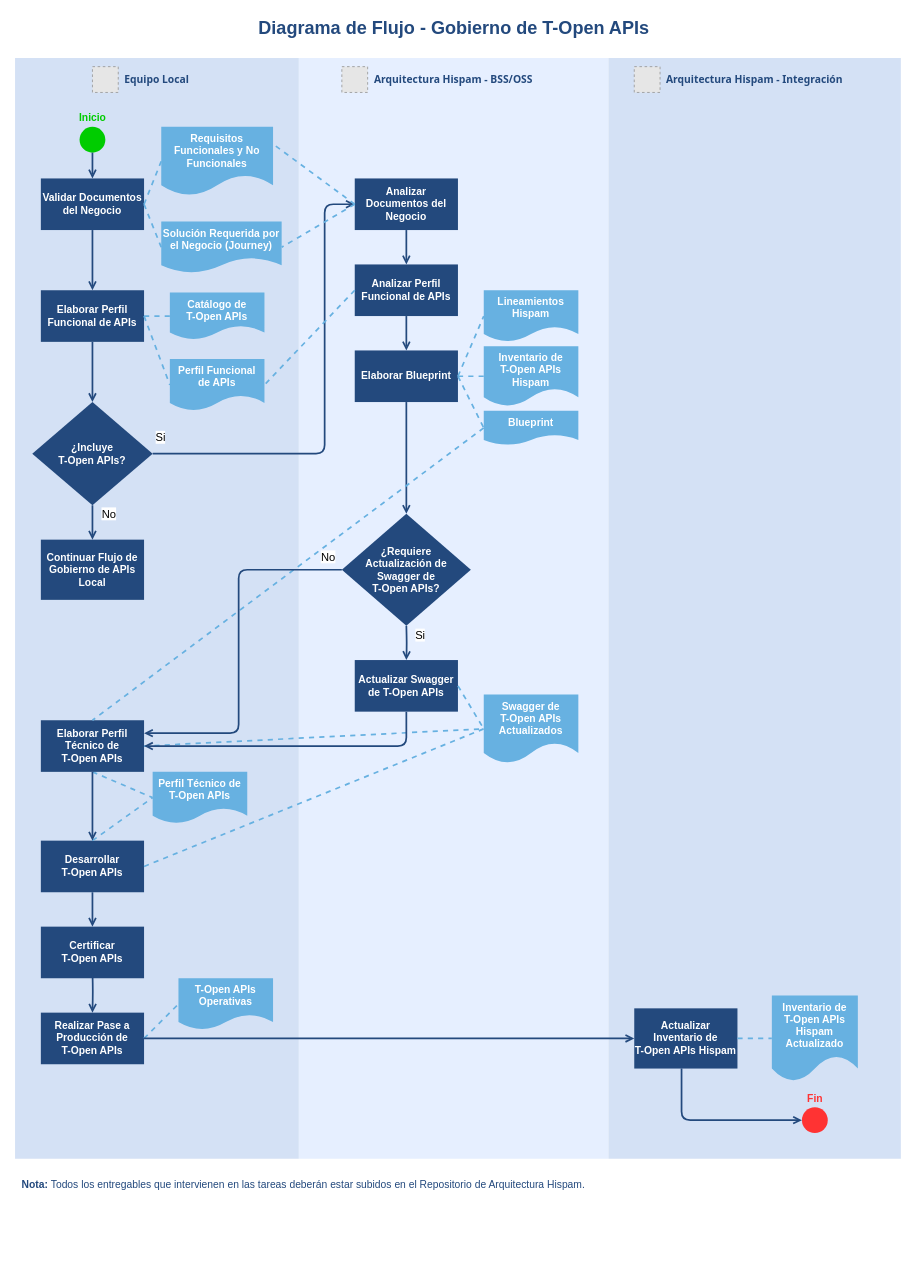
mnunezw/Gobierno-de-APIs keeps this draw.io diagram as page "Diagrama de Flujo" (1 of 2) of Gobierno de T-Open APIs v1.0.drawio. Above is the earlier version. Source tidied: cells renumbered, new cells numbered last; positions are measured from the earlier drawing's top-left corner, leaving out a move shared by most shapes. Both pictures are drawn from the tidied source at 86%, with x=0, y=0 at pixel (15, 15). Pictures stored in the file or linked from it are replaced by grey dashed boxes.
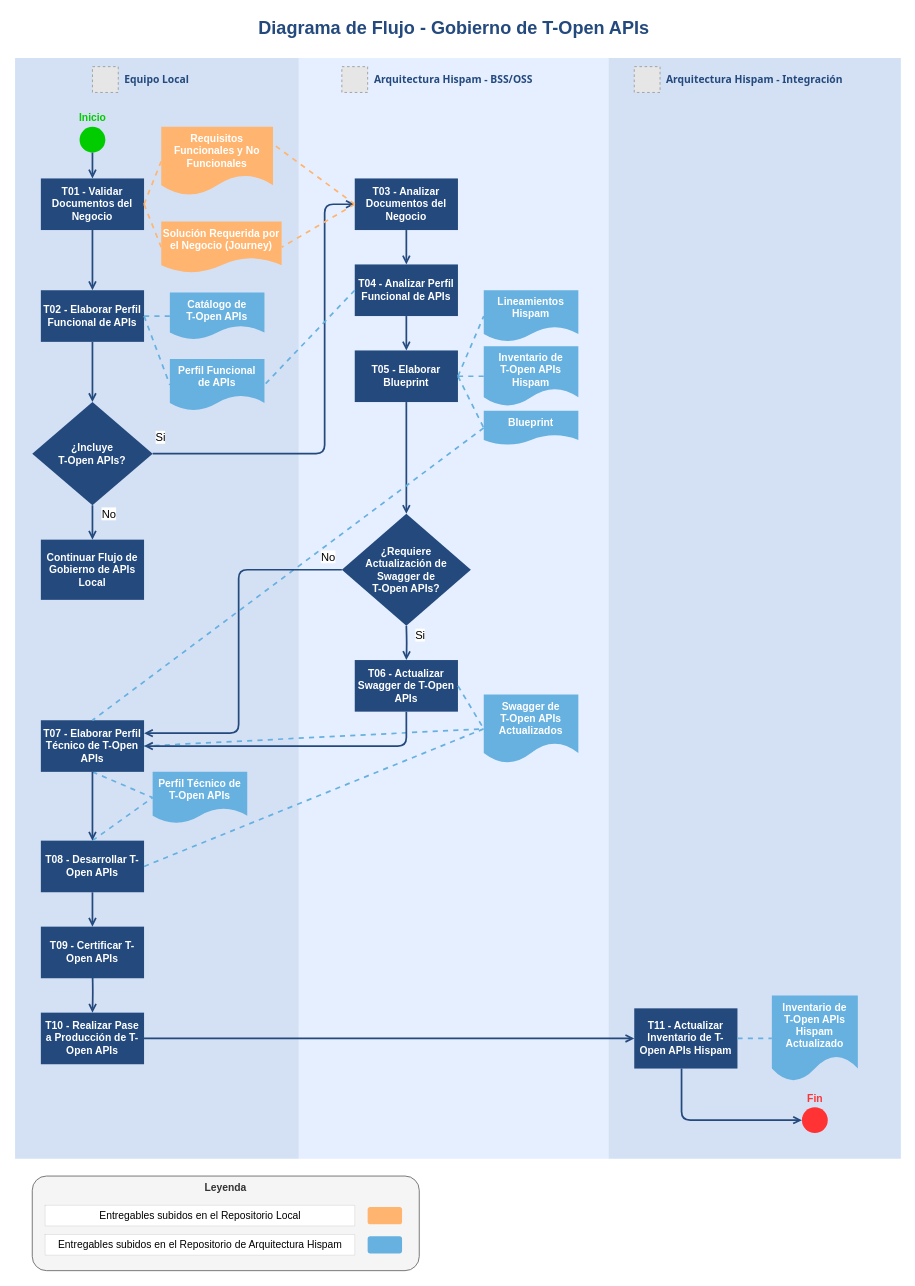
The same diagram, later.

Unchanged cells that the change refers to:
```xml
<mxCell id="2" value="&lt;font color=&quot;#23497d&quot;&gt;Equipo Local&lt;/font&gt;" style="swimlane;whiteSpace=wrap;fillColor=#D4E1F5;swimlaneFillColor=#D4E1F5;fontColor=#660000;fontFamily=Tahoma;html=1;strokeColor=none;startSize=50;" parent="1" vertex="1">
  <mxGeometry y="50" width="330" height="1280" as="geometry" />
</mxCell>
<mxCell id="35" value="&lt;font color=&quot;#23497d&quot;&gt;Arquitectura Hispam -&amp;nbsp;BSS/OSS&lt;/font&gt;" style="swimlane;whiteSpace=wrap;fillColor=#E6EFFF;swimlaneFillColor=#E6EFFF;fontColor=#660000;fontFamily=Tahoma;html=1;strokeColor=none;startSize=50;" parent="1" vertex="1">
  <mxGeometry x="330" y="50" width="360" height="1280" as="geometry" />
</mxCell>
<mxCell id="62" value="&lt;span style=&quot;color: rgb(35 , 73 , 125)&quot;&gt;Arquitectura Hispam - Integración&lt;/span&gt;" style="swimlane;whiteSpace=wrap;fillColor=#D4E1F5;swimlaneFillColor=#D4E1F5;fontColor=#660000;fontFamily=Tahoma;html=1;strokeColor=none;startSize=50;align=center;" parent="1" vertex="1">
  <mxGeometry x="690" y="50" width="340" height="1280" as="geometry" />
</mxCell>
```

The edit, as a diff of the source:
```diff
@@
-    <mxCell id="3" value="Validar Documentos del Negocio" style="whiteSpace=wrap;shadow=0;fontColor=#FFFFFF;fontFamily=Helvetica;fontStyle=1;html=1;fontSize=12;plain-purple;strokeColor=none;fillColor=#23497D;gradientColor=none;" parent="2" vertex="1">
+    <mxCell id="3" value="T01 - Validar Documentos del Negocio" style="whiteSpace=wrap;shadow=0;fontColor=#FFFFFF;fontFamily=Helvetica;fontStyle=1;html=1;fontSize=12;plain-purple;strokeColor=none;fillColor=#23497D;gradientColor=none;" parent="2" vertex="1">
       <mxGeometry x="30" y="140" width="120" height="60" as="geometry" />
     </mxCell>
-    <mxCell id="4" value="Elaborar Perfil Funcional de APIs" style="whiteSpace=wrap;strokeColor=none;fillColor=#23497D;shadow=0;fontColor=#FFFFFF;fontFamily=Helvetica;fontStyle=1;html=1;fontSize=12;" parent="2" vertex="1">
+    <mxCell id="4" value="T02 - Elaborar Perfil Funcional de APIs" style="whiteSpace=wrap;strokeColor=none;fillColor=#23497D;shadow=0;fontColor=#FFFFFF;fontFamily=Helvetica;fontStyle=1;html=1;fontSize=12;" parent="2" vertex="1">
       <mxGeometry x="30" y="270" width="120" height="60" as="geometry" />
     </mxCell>
@@
-    <mxCell id="6" value="Solución Requerida por el Negocio (Journey)" style="shape=document;whiteSpace=wrap;verticalAlign=top;strokeColor=none;fillColor=#67B1E1;shadow=0;fontColor=#FFFFFF;fontFamily=Helvetica;fontStyle=1;html=1;fontSize=12;" parent="2" vertex="1">
+    <mxCell id="6" value="Solución Requerida por el Negocio (Journey)" style="shape=document;whiteSpace=wrap;verticalAlign=top;strokeColor=none;fillColor=#FFB570;shadow=0;fontColor=#FFFFFF;fontFamily=Helvetica;fontStyle=1;html=1;fontSize=12;" parent="2" vertex="1">
       <mxGeometry x="170" y="190" width="140" height="60" as="geometry" />
     </mxCell>
@@
-    <mxCell id="10" style="endArrow=none;html=1;fontColor=#FFFFFF;shadow=0;fontSize=12;fontStyle=1;verticalAlign=middle;strokeColor=#67B1E1;fillColor=#008a00;entryX=0;entryY=0.5;entryDx=0;entryDy=0;strokeWidth=2;exitX=1;exitY=0.5;exitDx=0;exitDy=0;dashed=1;" parent="2" edge="1" source="3" target="11">
+    <mxCell id="10" style="endArrow=none;html=1;fontColor=#FFFFFF;shadow=0;fontSize=12;fontStyle=1;verticalAlign=middle;strokeColor=#FFB570;fillColor=#008a00;entryX=0;entryY=0.5;entryDx=0;entryDy=0;strokeWidth=2;exitX=1;exitY=0.5;exitDx=0;exitDy=0;dashed=1;" parent="2" edge="1" source="3" target="11">
       <mxGeometry relative="1" as="geometry" />
     </mxCell>
-    <mxCell id="11" value="Requisitos Funcionales y No Funcionales" style="shape=document;whiteSpace=wrap;verticalAlign=top;strokeColor=none;fillColor=#67B1E1;shadow=0;fontColor=#FFFFFF;fontFamily=Helvetica;fontStyle=1;html=1;fontSize=12;" parent="2" vertex="1">
+    <mxCell id="11" value="Requisitos Funcionales y No Funcionales" style="shape=document;whiteSpace=wrap;verticalAlign=top;strokeColor=none;fillColor=#FFB570;shadow=0;fontColor=#FFFFFF;fontFamily=Helvetica;fontStyle=1;html=1;fontSize=12;" parent="2" vertex="1">
       <mxGeometry x="170" y="80" width="130" height="80" as="geometry" />
     </mxCell>
@@
-    <mxCell id="19" value="Elaborar Perfil Técnico de&lt;br&gt;T-Open APIs" style="whiteSpace=wrap;strokeColor=none;fillColor=#23497D;shadow=0;fontColor=#FFFFFF;fontFamily=Helvetica;fontStyle=1;html=1;fontSize=12;" parent="2" vertex="1">
+    <mxCell id="19" value="T07 - Elaborar Perfil Técnico de T-Open APIs" style="whiteSpace=wrap;strokeColor=none;fillColor=#23497D;shadow=0;fontColor=#FFFFFF;fontFamily=Helvetica;fontStyle=1;html=1;fontSize=12;" parent="2" vertex="1">
       <mxGeometry x="30" y="770" width="120" height="60" as="geometry" />
     </mxCell>
@@
-    <mxCell id="21" style="endArrow=none;html=1;fontColor=#FFFFFF;shadow=0;fontSize=12;fontStyle=1;verticalAlign=middle;strokeColor=#67B1E1;fillColor=#008a00;entryX=0;entryY=0.5;entryDx=0;entryDy=0;strokeWidth=2;dashed=1;exitX=1;exitY=0.5;exitDx=0;exitDy=0;" parent="2" edge="1" source="3" target="6">
+    <mxCell id="21" style="endArrow=none;html=1;fontColor=#FFFFFF;shadow=0;fontSize=12;fontStyle=1;verticalAlign=middle;strokeColor=#FFB570;fillColor=#008a00;entryX=0;entryY=0.5;entryDx=0;entryDy=0;strokeWidth=2;dashed=1;exitX=1;exitY=0.5;exitDx=0;exitDy=0;" parent="2" edge="1" source="3" target="6">
       <mxGeometry relative="1" as="geometry" />
     </mxCell>
@@
-    <mxCell id="23" value="Desarrollar&lt;br&gt;T-Open APIs" style="whiteSpace=wrap;strokeColor=none;fillColor=#23497D;shadow=0;fontColor=#FFFFFF;fontFamily=Helvetica;fontStyle=1;html=1;fontSize=12;" parent="2" vertex="1">
+    <mxCell id="23" value="T08 - Desarrollar T-Open APIs" style="whiteSpace=wrap;strokeColor=none;fillColor=#23497D;shadow=0;fontColor=#FFFFFF;fontFamily=Helvetica;fontStyle=1;html=1;fontSize=12;" parent="2" vertex="1">
       <mxGeometry x="30" y="910" width="120" height="60" as="geometry" />
     </mxCell>
-    <mxCell id="24" value="Certificar&lt;br&gt;T-Open APIs" style="whiteSpace=wrap;strokeColor=none;fillColor=#23497D;shadow=0;fontColor=#FFFFFF;fontFamily=Helvetica;fontStyle=1;html=1;fontSize=12;" parent="2" vertex="1">
+    <mxCell id="24" value="T09 - Certificar T-Open APIs" style="whiteSpace=wrap;strokeColor=none;fillColor=#23497D;shadow=0;fontColor=#FFFFFF;fontFamily=Helvetica;fontStyle=1;html=1;fontSize=12;" parent="2" vertex="1">
       <mxGeometry x="30" y="1010" width="120" height="60" as="geometry" />
     </mxCell>
@@
-    <mxCell id="27" value="Realizar Pase a Producción de&lt;br&gt;T-Open APIs" style="whiteSpace=wrap;strokeColor=none;fillColor=#23497D;shadow=0;fontColor=#FFFFFF;fontFamily=Helvetica;fontStyle=1;html=1;fontSize=12;" parent="2" vertex="1">
+    <mxCell id="27" value="T10 - Realizar Pase a Producción de T-Open APIs" style="whiteSpace=wrap;strokeColor=none;fillColor=#23497D;shadow=0;fontColor=#FFFFFF;fontFamily=Helvetica;fontStyle=1;html=1;fontSize=12;" parent="2" vertex="1">
       <mxGeometry x="30" y="1110" width="120" height="60" as="geometry" />
     </mxCell>
@@
-    <mxCell id="29" value="T-Open APIs Operativas" style="shape=document;whiteSpace=wrap;verticalAlign=top;strokeColor=none;fillColor=#67B1E1;shadow=0;fontColor=#FFFFFF;fontFamily=Helvetica;fontStyle=1;html=1;fontSize=12;" parent="2" vertex="1">
-      <mxGeometry x="190" y="1070" width="110" height="60" as="geometry" />
-    </mxCell>
-    <mxCell id="30" style="endArrow=none;html=1;fontColor=#FFFFFF;shadow=0;fontSize=12;fontStyle=1;verticalAlign=middle;strokeColor=#67B1E1;fillColor=#008a00;entryX=0;entryY=0.5;entryDx=0;entryDy=0;strokeWidth=2;exitX=1;exitY=0.5;exitDx=0;exitDy=0;dashed=1;" parent="2" edge="1" source="27" target="29">
-      <mxGeometry relative="1" as="geometry" />
-    </mxCell>
@@
-    <mxCell id="36" value="Analizar Documentos del Negocio" style="whiteSpace=wrap;shadow=0;fontColor=#FFFFFF;fontFamily=Helvetica;fontStyle=1;html=1;fontSize=12;plain-purple;strokeColor=none;fillColor=#23497D;gradientColor=none;" parent="35" vertex="1">
+    <mxCell id="36" value="T03 - Analizar Documentos del Negocio" style="whiteSpace=wrap;shadow=0;fontColor=#FFFFFF;fontFamily=Helvetica;fontStyle=1;html=1;fontSize=12;plain-purple;strokeColor=none;fillColor=#23497D;gradientColor=none;" parent="35" vertex="1">
       <mxGeometry x="65" y="140" width="120" height="60" as="geometry" />
     </mxCell>
@@
-    <mxCell id="38" value="Analizar Perfil Funcional de APIs" style="whiteSpace=wrap;strokeColor=none;fillColor=#23497D;shadow=0;fontColor=#FFFFFF;fontFamily=Helvetica;fontStyle=1;html=1;fontSize=12;" parent="35" vertex="1">
+    <mxCell id="38" value="T04 - Analizar Perfil Funcional de APIs" style="whiteSpace=wrap;strokeColor=none;fillColor=#23497D;shadow=0;fontColor=#FFFFFF;fontFamily=Helvetica;fontStyle=1;html=1;fontSize=12;" parent="35" vertex="1">
       <mxGeometry x="65" y="240" width="120" height="60" as="geometry" />
     </mxCell>
@@
-    <mxCell id="40" value="Elaborar Blueprint" style="whiteSpace=wrap;strokeColor=none;fillColor=#23497D;shadow=0;fontColor=#FFFFFF;fontFamily=Helvetica;fontStyle=1;html=1;fontSize=12;" parent="35" vertex="1">
+    <mxCell id="40" value="T05 - Elaborar Blueprint" style="whiteSpace=wrap;strokeColor=none;fillColor=#23497D;shadow=0;fontColor=#FFFFFF;fontFamily=Helvetica;fontStyle=1;html=1;fontSize=12;" parent="35" vertex="1">
       <mxGeometry x="65" y="340" width="120" height="60" as="geometry" />
     </mxCell>
@@
-    <mxCell id="50" value="Actualizar Swagger de T-Open APIs" style="whiteSpace=wrap;strokeColor=none;fillColor=#23497D;shadow=0;fontColor=#FFFFFF;fontFamily=Helvetica;fontStyle=1;html=1;fontSize=12;" parent="35" vertex="1">
+    <mxCell id="50" value="T06 - Actualizar Swagger de T-Open APIs" style="whiteSpace=wrap;strokeColor=none;fillColor=#23497D;shadow=0;fontColor=#FFFFFF;fontFamily=Helvetica;fontStyle=1;html=1;fontSize=12;" parent="35" vertex="1">
       <mxGeometry x="65" y="700" width="120" height="60" as="geometry" />
     </mxCell>
@@
-    <mxCell id="58" style="endArrow=none;html=1;fontColor=#FFFFFF;shadow=0;fontSize=12;fontStyle=1;verticalAlign=middle;strokeColor=#67B1E1;fillColor=#008a00;strokeWidth=2;exitX=0;exitY=0.5;exitDx=0;exitDy=0;entryX=1;entryY=0.5;entryDx=0;entryDy=0;dashed=1;" parent="1" edge="1" source="36" target="6">
+    <mxCell id="58" style="endArrow=none;html=1;fontColor=#FFFFFF;shadow=0;fontSize=12;fontStyle=1;verticalAlign=middle;strokeColor=#FFB570;fillColor=#008a00;strokeWidth=2;exitX=0;exitY=0.5;exitDx=0;exitDy=0;entryX=1;entryY=0.5;entryDx=0;entryDy=0;dashed=1;" parent="1" edge="1" source="36" target="6">
       <mxGeometry relative="1" as="geometry" />
     </mxCell>
@@
-    <mxCell id="63" value="Actualizar Inventario de&lt;br&gt;T-Open APIs Hispam" style="whiteSpace=wrap;strokeColor=none;fillColor=#23497D;shadow=0;fontColor=#FFFFFF;fontFamily=Helvetica;fontStyle=1;html=1;fontSize=12;" parent="62" vertex="1">
+    <mxCell id="63" value="T11 - Actualizar Inventario de T-Open APIs Hispam" style="whiteSpace=wrap;strokeColor=none;fillColor=#23497D;shadow=0;fontColor=#FFFFFF;fontFamily=Helvetica;fontStyle=1;html=1;fontSize=12;" parent="62" vertex="1">
       <mxGeometry x="30" y="1105" width="120" height="70" as="geometry" />
     </mxCell>
@@
-    <mxCell id="71" style="endArrow=none;html=1;fontColor=#FFFFFF;shadow=0;fontSize=12;fontStyle=1;verticalAlign=middle;strokeColor=#67B1E1;fillColor=#008a00;strokeWidth=2;entryX=1;entryY=0.25;entryDx=0;entryDy=0;dashed=1;exitX=0;exitY=0.5;exitDx=0;exitDy=0;" parent="1" edge="1" source="36" target="11">
+    <mxCell id="71" style="endArrow=none;html=1;fontColor=#FFFFFF;shadow=0;fontSize=12;fontStyle=1;verticalAlign=middle;strokeColor=#FFB570;fillColor=#008a00;strokeWidth=2;entryX=1;entryY=0.25;entryDx=0;entryDy=0;dashed=1;exitX=0;exitY=0.5;exitDx=0;exitDy=0;" parent="1" edge="1" source="36" target="11">
       <mxGeometry relative="1" as="geometry" />
     </mxCell>
@@
-    <mxCell id="76" value="Nota: &lt;span style=&quot;font-weight: normal&quot;&gt;Todos los entregables que intervienen en las tareas deberán estar subidos en el Repositorio de Arquitectura Hispam.&lt;/span&gt;" style="text;html=1;align=center;verticalAlign=middle;strokeColor=none;fillColor=none;fontSize=12;fontColor=#23497D;fontStyle=1;" parent="1" vertex="1">
-      <mxGeometry y="1350" width="670" height="20" as="geometry" />
-    </mxCell>
+    <mxCell id="77" value="Leyenda" style="rounded=1;whiteSpace=wrap;html=1;comic=0;strokeColor=#666666;align=center;verticalAlign=top;fillColor=#f5f5f5;fontColor=#333333;fontStyle=1;" parent="1" vertex="1">
+      <mxGeometry x="20" y="1350" width="450" height="110" as="geometry" />
+    </mxCell>
+    <mxCell id="78" style="rounded=1;whiteSpace=wrap;html=1;comic=0;strokeColor=none;align=center;verticalAlign=top;fillColor=#67B1E1;fontColor=#FFFFFF;shadow=0;fontStyle=1;" parent="1" vertex="1">
+      <mxGeometry x="410" y="1420" width="40" height="20" as="geometry" />
+    </mxCell>
+    <mxCell id="79" value="Entregables subidos en el Repositorio Local" style="shape=partialRectangle;html=1;top=1;align=center;comic=0;strokeColor=#000000;strokeWidth=0;fontStyle=0;" parent="1" vertex="1">
+      <mxGeometry x="35" y="1384" width="360" height="24" as="geometry" />
+    </mxCell>
+    <mxCell id="80" value="&lt;span&gt;Entregables subidos en el Repositorio de Arquitectura Hispam&lt;/span&gt;" style="shape=partialRectangle;html=1;top=1;align=center;comic=0;strokeColor=#000000;fontStyle=0;strokeWidth=0;" parent="1" vertex="1">
+      <mxGeometry x="35" y="1418" width="360" height="24" as="geometry" />
+    </mxCell>
+    <mxCell id="81" style="rounded=1;whiteSpace=wrap;html=1;comic=0;align=center;verticalAlign=top;fillColor=#FFB570;strokeColor=none;fontColor=#FFFFFF;shadow=0;fontStyle=1;" parent="1" vertex="1">
+      <mxGeometry x="410" y="1386" width="40" height="20" as="geometry" />
+    </mxCell>
```
